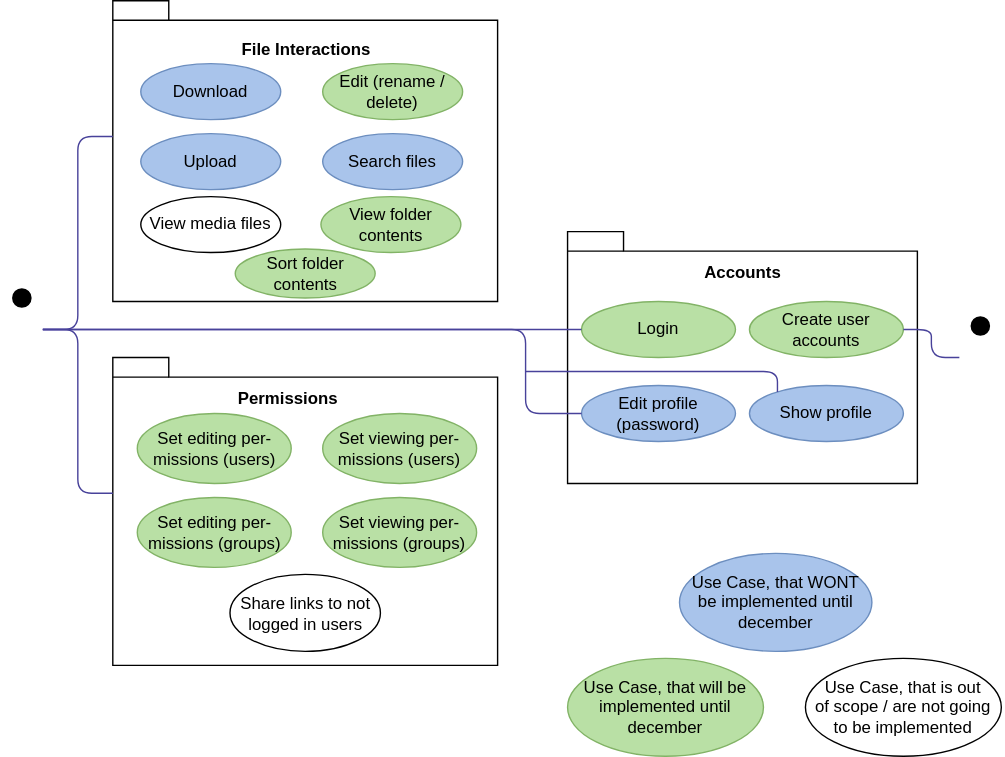
FileFighter/filefighter.github.io keeps this draw.io diagram as wiki/usecases.svg. Above is the earlier version. Source tidied: cells renumbered, new cells last; positions are measured from the earlier drawing's top-left corner, leaving out a move shared by most shapes.
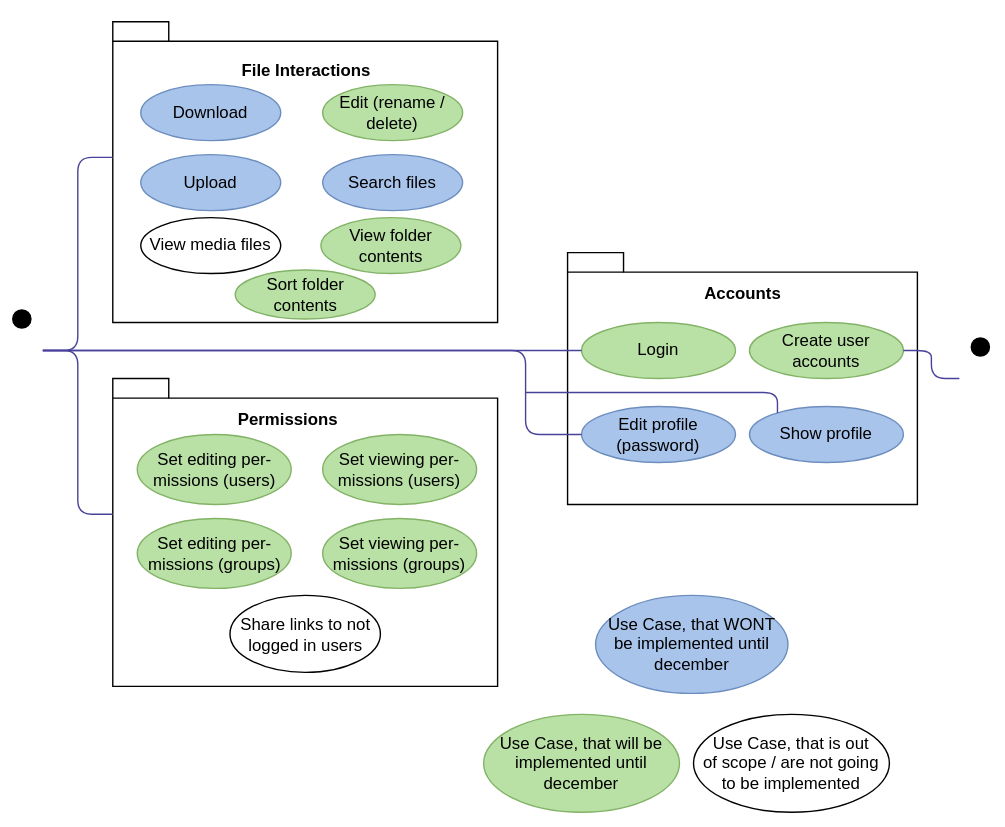
Later version of the same file.

Commit message:
minor change to usecase diagramm

What changed in the source:
```diff
@@ -2,6 +2,9 @@
   <root>
     <mxCell id="0" />
     <mxCell id="1" parent="0" />
+    <mxCell id="36" style="rounded=0;whiteSpace=wrap;html=1;fillColor=none;strokeColor=#FFFFFF;" parent="1" vertex="1">
+      <mxGeometry x="45" y="-15" width="630" height="590" as="geometry" />
+    </mxCell>
     <mxCell id="2" value="&lt;font color=&quot;#ffffff&quot;&gt;User&lt;/font&gt;" style="shape=umlActor;verticalLabelPosition=bottom;verticalAlign=top;html=1;strokeColor=#FFFFFF;fillColor=#000000;" parent="1" vertex="1">
       <mxGeometry y="205" width="30" height="60" as="geometry" />
     </mxCell>
@@ -82,16 +85,16 @@
       </mxGeometry>
     </mxCell>
     <mxCell id="26" value="Use Case, that will be implemented until december" style="ellipse;whiteSpace=wrap;html=1;strokeColor=#82b366;fillColor=#B9E0A5;" parent="1" vertex="1">
-      <mxGeometry x="405" y="470" width="140" height="70" as="geometry" />
+      <mxGeometry x="345" y="495" width="140" height="70" as="geometry" />
     </mxCell>
     <mxCell id="27" value="&lt;b&gt;&lt;font color=&quot;#ffffff&quot;&gt;LEGEND:&lt;/font&gt;&lt;/b&gt;" style="text;html=1;align=center;verticalAlign=middle;" parent="1" vertex="1">
-      <mxGeometry x="515" y="365" width="70" height="20" as="geometry" />
+      <mxGeometry x="458.8" y="370" width="70" height="20" as="geometry" />
     </mxCell>
     <mxCell id="28" value="Use Case, that WONT&lt;br&gt;be implemented until december" style="ellipse;whiteSpace=wrap;html=1;strokeColor=#6c8ebf;fillColor=#A9C4EB;" parent="1" vertex="1">
-      <mxGeometry x="485" y="395" width="137.5" height="70" as="geometry" />
+      <mxGeometry x="425" y="410" width="137.5" height="70" as="geometry" />
     </mxCell>
     <mxCell id="29" value="Use Case, that is out &lt;br&gt;of scope / are not going to be implemented" style="ellipse;whiteSpace=wrap;html=1;" parent="1" vertex="1">
-      <mxGeometry x="575" y="470" width="140" height="70" as="geometry" />
+      <mxGeometry x="495" y="495" width="140" height="70" as="geometry" />
     </mxCell>
     <mxCell id="30" style="endArrow=none;html=1;edgeStyle=orthogonalEdgeStyle;strokeColor=#48429A;" parent="1" edge="1" target="21">
       <mxGeometry relative="1" as="geometry">
```
